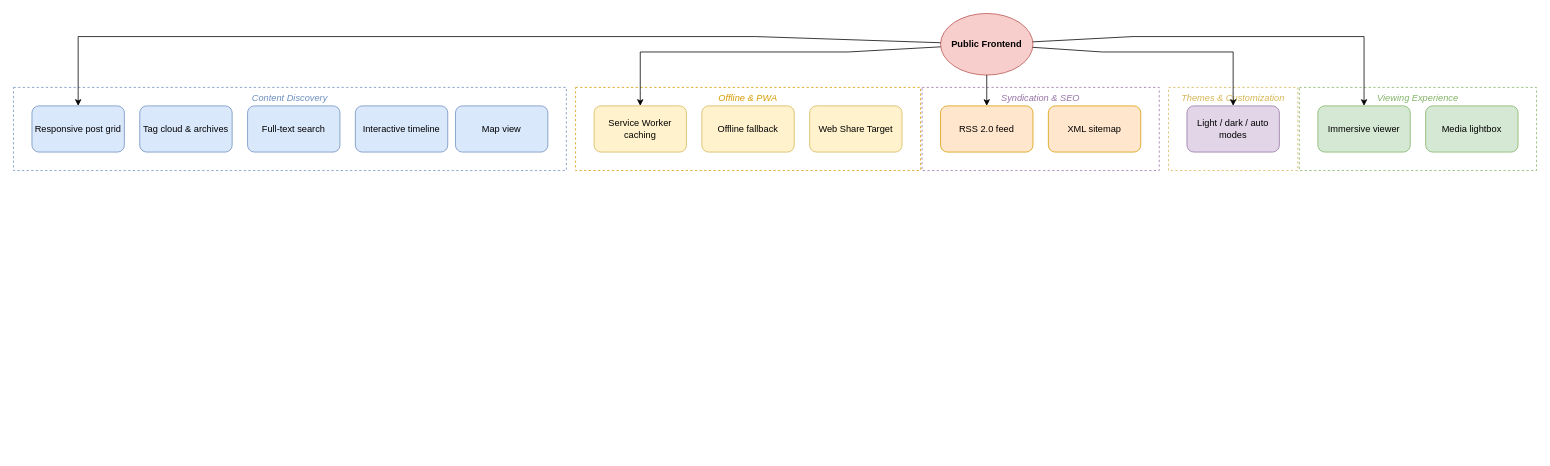
Earlier version of the draw.io diagram docs/diagrams/public_features.drawio (dariy/point). Source tidied: cells renumbered, new cells numbered last; positions are measured from the earlier drawing's top-left corner, leaving out a move shared by most shapes. Both pictures are drawn from the tidied source at 77%, with x=0, y=0 at pixel (13, 13).
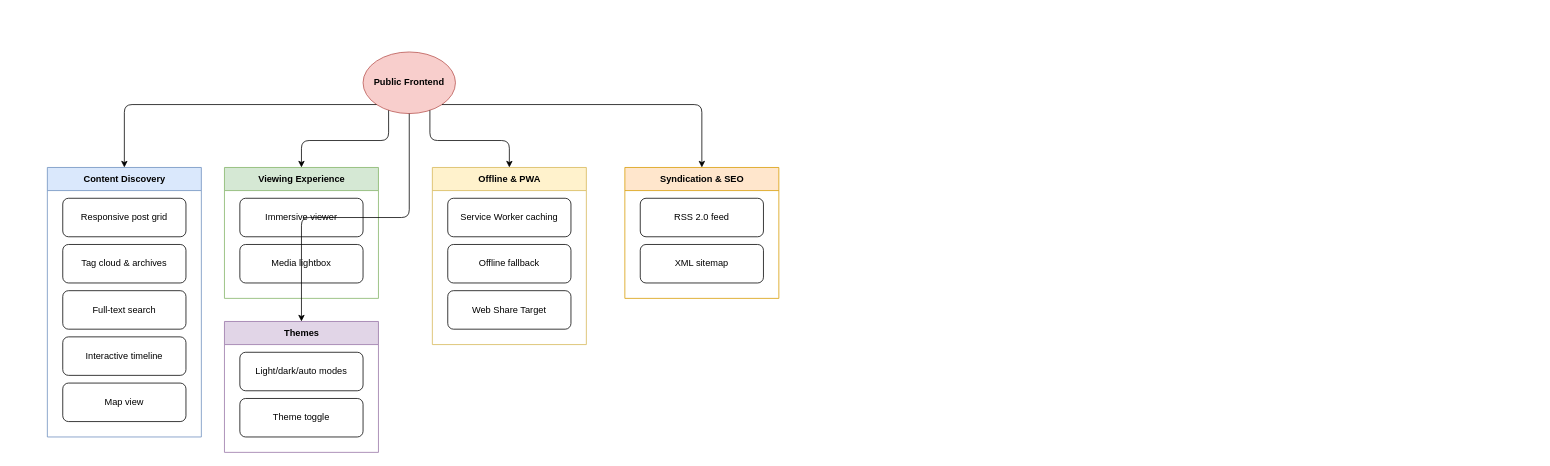
After the change.

What changed in the source:
```diff
@@
+    <mxCell id="7" value="Public&amp;#xa;Frontend" style="ellipse;whiteSpace=wrap;html=1;fillColor=#f8cecc;strokeColor=#b85450;fontStyle=1;" parent="1" vertex="1">
+      <mxGeometry x="454" y="50" width="120" height="80" as="geometry" />
+    </mxCell>
-    <mxCell id="2" value="Content Discovery" style="rounded=0;whiteSpace=wrap;html=1;fillColor=none;strokeColor=#6c8ebf;fontColor=#6c8ebf;verticalAlign=top;fontStyle=2;dashed=1;" parent="1" vertex="1">
-      <mxGeometry y="96" width="718" height="108" as="geometry" />
+    <mxCell id="2" value="Content Discovery" style="swimlane;startSize=30;html=1;fillColor=#dae8fc;strokeColor=#6c8ebf;fontStyle=1;" parent="1" vertex="1">
+      <mxGeometry x="44" y="200" width="200" height="350" as="geometry" />
     </mxCell>
-    <mxCell id="3" value="Offline &amp; PWA" style="rounded=0;whiteSpace=wrap;html=1;fillColor=none;strokeColor=#d79b00;fontColor=#d79b00;verticalAlign=top;fontStyle=2;dashed=1;" parent="1" vertex="1">
-      <mxGeometry x="730" y="96" width="448" height="108" as="geometry" />
-    </mxCell>
-    <mxCell id="4" value="Syndication &amp; SEO" style="rounded=0;whiteSpace=wrap;html=1;fillColor=none;strokeColor=#9673a6;fontColor=#9673a6;verticalAlign=top;fontStyle=2;dashed=1;" parent="1" vertex="1">
-      <mxGeometry x="1180" y="96" width="308" height="108" as="geometry" />
-    </mxCell>
-    <mxCell id="5" value="Themes &amp; Customization" style="rounded=0;whiteSpace=wrap;html=1;fillColor=none;strokeColor=#d6b656;fontColor=#d6b656;verticalAlign=top;fontStyle=2;dashed=1;" parent="1" vertex="1">
-      <mxGeometry x="1500" y="96" width="168" height="108" as="geometry" />
-    </mxCell>
-    <mxCell id="6" value="Viewing Experience" style="rounded=0;whiteSpace=wrap;html=1;fillColor=none;strokeColor=#82b366;fontColor=#82b366;verticalAlign=top;fontStyle=2;dashed=1;" parent="1" vertex="1">
-      <mxGeometry x="1670" y="96" width="308" height="108" as="geometry" />
-    </mxCell>
-    <mxCell id="7" value="Public&amp;#xa;Frontend" style="ellipse;whiteSpace=wrap;html=1;fillColor=#f8cecc;strokeColor=#b85450;fontStyle=1;" parent="1" vertex="1">
-      <mxGeometry x="1204" width="120" height="80" as="geometry" />
-    </mxCell>
-    <mxCell id="8" value="Responsive post grid" style="rounded=1;whiteSpace=wrap;html=1;fillColor=#dae8fc;strokeColor=#6c8ebf;" parent="2" vertex="1">
-      <mxGeometry x="24" y="24" width="120" height="60" as="geometry" />
+    <mxCell id="8" value="Responsive post grid" style="rounded=1;whiteSpace=wrap;html=1;" parent="2" vertex="1">
+      <mxGeometry x="20" y="40" width="160" height="50" as="geometry" />
     </mxCell>
-    <mxCell id="9" value="Tag cloud &amp; archives" style="rounded=1;whiteSpace=wrap;html=1;fillColor=#dae8fc;strokeColor=#6c8ebf;" parent="2" vertex="1">
-      <mxGeometry x="164" y="24" width="120" height="60" as="geometry" />
+    <mxCell id="9" value="Tag cloud &amp;amp; archives" style="rounded=1;whiteSpace=wrap;html=1;" parent="2" vertex="1">
+      <mxGeometry x="20" y="100" width="160" height="50" as="geometry" />
     </mxCell>
-    <mxCell id="10" value="Full-text search" style="rounded=1;whiteSpace=wrap;html=1;fillColor=#dae8fc;strokeColor=#6c8ebf;" parent="2" vertex="1">
-      <mxGeometry x="304" y="24" width="120" height="60" as="geometry" />
+    <mxCell id="10" value="Full-text search" style="rounded=1;whiteSpace=wrap;html=1;" parent="2" vertex="1">
+      <mxGeometry x="20" y="160" width="160" height="50" as="geometry" />
     </mxCell>
-    <mxCell id="11" value="Interactive timeline" style="rounded=1;whiteSpace=wrap;html=1;fillColor=#dae8fc;strokeColor=#6c8ebf;" parent="2" vertex="1">
-      <mxGeometry x="444" y="24" width="120" height="60" as="geometry" />
+    <mxCell id="11" value="Interactive timeline" style="rounded=1;whiteSpace=wrap;html=1;" parent="2" vertex="1">
+      <mxGeometry x="20" y="220" width="160" height="50" as="geometry" />
     </mxCell>
-    <mxCell id="12" value="Map view" style="rounded=1;whiteSpace=wrap;html=1;fillColor=#dae8fc;strokeColor=#6c8ebf;" parent="2" vertex="1">
-      <mxGeometry x="574" y="24" width="120" height="60" as="geometry" />
+    <mxCell id="12" value="Map view" style="rounded=1;whiteSpace=wrap;html=1;" parent="2" vertex="1">
+      <mxGeometry x="20" y="280" width="160" height="50" as="geometry" />
     </mxCell>
+    <mxCell id="6" value="Viewing Experience" style="swimlane;startSize=30;html=1;fillColor=#d5e8d4;strokeColor=#82b366;fontStyle=1;" parent="1" vertex="1">
+      <mxGeometry x="274" y="200" width="200" height="170" as="geometry" />
+    </mxCell>
-    <mxCell id="13" value="Immersive viewer" style="rounded=1;whiteSpace=wrap;html=1;fillColor=#d5e8d4;strokeColor=#82b366;" parent="6" vertex="1">
-      <mxGeometry x="24" y="24" width="120" height="60" as="geometry" />
+    <mxCell id="13" value="Immersive viewer" style="rounded=1;whiteSpace=wrap;html=1;" parent="6" vertex="1">
+      <mxGeometry x="20" y="40" width="160" height="50" as="geometry" />
     </mxCell>
-    <mxCell id="14" value="Media lightbox" style="rounded=1;whiteSpace=wrap;html=1;fillColor=#d5e8d4;strokeColor=#82b366;" parent="6" vertex="1">
-      <mxGeometry x="164" y="24" width="120" height="60" as="geometry" />
+    <mxCell id="14" value="Media lightbox" style="rounded=1;whiteSpace=wrap;html=1;" parent="6" vertex="1">
+      <mxGeometry x="20" y="100" width="160" height="50" as="geometry" />
     </mxCell>
+    <mxCell id="3" value="Offline &amp;amp; PWA" style="swimlane;startSize=30;html=1;fillColor=#fff2cc;strokeColor=#d6b656;fontStyle=1;" parent="1" vertex="1">
+      <mxGeometry x="544" y="200" width="200" height="230" as="geometry" />
+    </mxCell>
-    <mxCell id="15" value="Service Worker caching" style="rounded=1;whiteSpace=wrap;html=1;fillColor=#fff2cc;strokeColor=#d6b656;" parent="3" vertex="1">
-      <mxGeometry x="24" y="24" width="120" height="60" as="geometry" />
+    <mxCell id="15" value="Service Worker caching" style="rounded=1;whiteSpace=wrap;html=1;" parent="3" vertex="1">
+      <mxGeometry x="20" y="40" width="160" height="50" as="geometry" />
     </mxCell>
-    <mxCell id="16" value="Offline fallback" style="rounded=1;whiteSpace=wrap;html=1;fillColor=#fff2cc;strokeColor=#d6b656;" parent="3" vertex="1">
-      <mxGeometry x="164" y="24" width="120" height="60" as="geometry" />
+    <mxCell id="16" value="Offline fallback" style="rounded=1;whiteSpace=wrap;html=1;" parent="3" vertex="1">
+      <mxGeometry x="20" y="100" width="160" height="50" as="geometry" />
     </mxCell>
-    <mxCell id="17" value="Web Share Target" style="rounded=1;whiteSpace=wrap;html=1;fillColor=#fff2cc;strokeColor=#d6b656;" parent="3" vertex="1">
-      <mxGeometry x="304" y="24" width="120" height="60" as="geometry" />
+    <mxCell id="17" value="Web Share Target" style="rounded=1;whiteSpace=wrap;html=1;" parent="3" vertex="1">
+      <mxGeometry x="20" y="160" width="160" height="50" as="geometry" />
     </mxCell>
+    <mxCell id="4" value="Syndication &amp;amp; SEO" style="swimlane;startSize=30;html=1;fillColor=#ffe6cc;strokeColor=#d79b00;fontStyle=1;" parent="1" vertex="1">
+      <mxGeometry x="794" y="200" width="200" height="170" as="geometry" />
+    </mxCell>
-    <mxCell id="18" value="RSS 2.0 feed" style="rounded=1;whiteSpace=wrap;html=1;fillColor=#ffe6cc;strokeColor=#d79b00;" parent="4" vertex="1">
-      <mxGeometry x="24" y="24" width="120" height="60" as="geometry" />
+    <mxCell id="18" value="RSS 2.0 feed" style="rounded=1;whiteSpace=wrap;html=1;" parent="4" vertex="1">
+      <mxGeometry x="20" y="40" width="160" height="50" as="geometry" />
     </mxCell>
-    <mxCell id="19" value="XML sitemap" style="rounded=1;whiteSpace=wrap;html=1;fillColor=#ffe6cc;strokeColor=#d79b00;" parent="4" vertex="1">
-      <mxGeometry x="164" y="24" width="120" height="60" as="geometry" />
+    <mxCell id="19" value="XML sitemap" style="rounded=1;whiteSpace=wrap;html=1;" parent="4" vertex="1">
+      <mxGeometry x="20" y="100" width="160" height="50" as="geometry" />
     </mxCell>
+    <mxCell id="26" value="Themes" style="swimlane;startSize=30;html=1;fillColor=#e1d5e7;strokeColor=#9673a6;fontStyle=1;" parent="1" vertex="1">
+      <mxGeometry x="274" y="400" width="200" height="170" as="geometry" />
+    </mxCell>
-    <mxCell id="20" value="Light / dark / auto modes" style="rounded=1;whiteSpace=wrap;html=1;fillColor=#e1d5e7;strokeColor=#9673a6;" parent="5" vertex="1">
-      <mxGeometry x="24" y="24" width="120" height="60" as="geometry" />
+    <mxCell id="20" value="Light/dark/auto modes" style="rounded=1;whiteSpace=wrap;html=1;" parent="26" vertex="1">
+      <mxGeometry x="20" y="40" width="160" height="50" as="geometry" />
     </mxCell>
-    <mxCell id="21" style="html=1;rounded=0;" parent="1" edge="1" source="7" target="8">
-      <mxGeometry relative="1" as="geometry">
-        <Array as="points">
-          <mxPoint x="964" y="30" />
-          <mxPoint x="84" y="30" />
-          <mxPoint x="84" y="30" />
-          <mxPoint x="84" y="30" />
-          <mxPoint x="84" y="100" />
-        </Array>
-      </mxGeometry>
-    </mxCell>
+    <mxCell id="27" value="Theme toggle" style="rounded=1;whiteSpace=wrap;html=1;" parent="26" vertex="1">
+      <mxGeometry x="20" y="100" width="160" height="50" as="geometry" />
+    </mxCell>
-    <mxCell id="22" style="html=1;rounded=0;" parent="1" edge="1" source="7" target="13">
-      <mxGeometry relative="1" as="geometry">
-        <Array as="points">
-          <mxPoint x="1454" y="30" />
-          <mxPoint x="1754" y="30" />
-          <mxPoint x="1754" y="30" />
-          <mxPoint x="1754" y="30" />
-          <mxPoint x="1754" y="100" />
-        </Array>
-      </mxGeometry>
+    <mxCell id="22" style="edgeStyle=orthogonalEdgeStyle;rounded=1;jettySize=auto;html=1;exitX=0;exitY=1;entryX=0.5;entryY=0;" parent="1" edge="1" source="7" target="2">
+      <mxGeometry relative="1" as="geometry" />
     </mxCell>
-    <mxCell id="23" style="html=1;rounded=0;" parent="1" edge="1" source="7" target="15">
-      <mxGeometry relative="1" as="geometry">
-        <Array as="points">
-          <mxPoint x="1084" y="50" />
-          <mxPoint x="814" y="50" />
-          <mxPoint x="814" y="50" />
-          <mxPoint x="814" y="50" />
-          <mxPoint x="814" y="100" />
-        </Array>
-      </mxGeometry>
+    <mxCell id="23" style="edgeStyle=orthogonalEdgeStyle;rounded=1;jettySize=auto;html=1;exitX=0.25;exitY=1;entryX=0.5;entryY=0;" parent="1" edge="1" source="7" target="6">
+      <mxGeometry relative="1" as="geometry" />
     </mxCell>
-    <mxCell id="24" style="html=1;rounded=0;" parent="1" edge="1" source="7" target="18">
-      <mxGeometry relative="1" as="geometry">
-        <Array as="points">
-          <mxPoint x="1264" y="80" />
-          <mxPoint x="1264" y="100" />
-        </Array>
-      </mxGeometry>
+    <mxCell id="24" style="edgeStyle=orthogonalEdgeStyle;rounded=1;jettySize=auto;html=1;exitX=0.5;exitY=1;entryX=0.5;entryY=0;" parent="1" edge="1" source="7" target="26">
+      <mxGeometry relative="1" as="geometry" />
     </mxCell>
-    <mxCell id="25" style="html=1;rounded=0;" parent="1" edge="1" source="7" target="20">
-      <mxGeometry relative="1" as="geometry">
-        <Array as="points">
-          <mxPoint x="1414" y="50" />
-          <mxPoint x="1584" y="50" />
-          <mxPoint x="1584" y="50" />
-          <mxPoint x="1584" y="50" />
-          <mxPoint x="1584" y="100" />
-        </Array>
-      </mxGeometry>
+    <mxCell id="25" style="edgeStyle=orthogonalEdgeStyle;rounded=1;jettySize=auto;html=1;exitX=0.75;exitY=1;entryX=0.5;entryY=0;" parent="1" edge="1" source="7" target="3">
+      <mxGeometry relative="1" as="geometry" />
     </mxCell>
+    <mxCell id="28" style="edgeStyle=orthogonalEdgeStyle;rounded=1;jettySize=auto;html=1;exitX=1;exitY=1;entryX=0.5;entryY=0;" parent="1" edge="1" source="7" target="4">
+      <mxGeometry relative="1" as="geometry" />
+    </mxCell>
```
